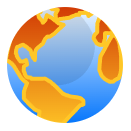
BlueByteSolutions/BlueByte keeps this draw.io diagram as topologies-images/lan.drawio.png. Above is the earlier version. Source tidied: cells renumbered, new cells last; positions are measured from the earlier drawing's top-left corner, leaving out a move shared by most shapes. Its diagram source:
```xml
<mxGraphModel>
  <root>
    <mxCell id="0" />
    <mxCell id="1" parent="0" />
    <mxCell id="2" style="perimeter=ellipsePerimeter;html=1;align=center;shadow=0;dashed=0;spacingTop=3;image;image=img/lib/active_directory/internet_globe.svg;" parent="1" vertex="1">
      <mxGeometry width="130" height="130" as="geometry" />
    </mxCell>
  </root>
</mxGraphModel>
```
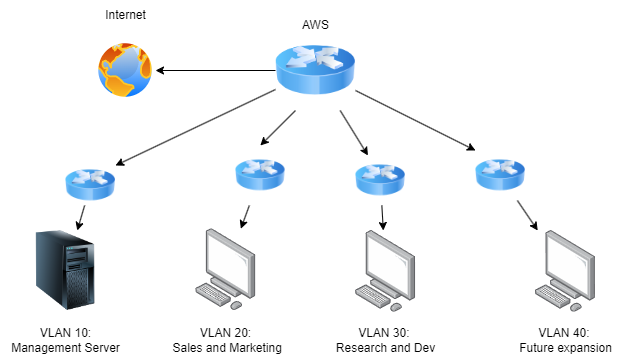
Later version of the same file.

Commit message:
updated to fit what we are thinking to use right now

Change to the diagram source:
```diff
@@ -3,7 +3,79 @@
     <mxCell id="0" />
     <mxCell id="1" parent="0" />
     <mxCell id="2" style="perimeter=ellipsePerimeter;html=1;align=center;shadow=0;dashed=0;spacingTop=3;image;image=img/lib/active_directory/internet_globe.svg;" parent="1" vertex="1">
-      <mxGeometry width="130" height="130" as="geometry" />
+      <mxGeometry width="60" height="60" as="geometry" />
     </mxCell>
+    <mxCell id="3" style="edgeStyle=none;html=1;" parent="1" edge="1" source="8" target="2">
+      <mxGeometry relative="1" as="geometry" />
+    </mxCell>
+    <mxCell id="4" style="edgeStyle=none;html=1;entryX=1;entryY=0;entryDx=0;entryDy=0;" parent="1" edge="1" source="8" target="10">
+      <mxGeometry relative="1" as="geometry" />
+    </mxCell>
+    <mxCell id="5" style="edgeStyle=none;html=1;entryX=0.5;entryY=0;entryDx=0;entryDy=0;exitX=0.25;exitY=1;exitDx=0;exitDy=0;" parent="1" edge="1" source="8" target="25">
+      <mxGeometry relative="1" as="geometry" />
+    </mxCell>
+    <mxCell id="6" style="edgeStyle=none;html=1;entryX=0.25;entryY=0;entryDx=0;entryDy=0;" parent="1" edge="1" source="8" target="23">
+      <mxGeometry relative="1" as="geometry" />
+    </mxCell>
+    <mxCell id="7" style="edgeStyle=none;html=1;entryX=0;entryY=0;entryDx=0;entryDy=0;" parent="1" edge="1" source="8" target="21">
+      <mxGeometry relative="1" as="geometry" />
+    </mxCell>
+    <mxCell id="8" style="image;html=1;image=img/lib/clip_art/networking/Router_Icon_128x128.png;" parent="1" vertex="1">
+      <mxGeometry x="180" y="-10" width="80" height="80" as="geometry" />
+    </mxCell>
+    <mxCell id="9" style="edgeStyle=none;html=1;" parent="1" edge="1" source="10" target="14">
+      <mxGeometry relative="1" as="geometry" />
+    </mxCell>
+    <mxCell id="10" style="image;html=1;image=img/lib/clip_art/networking/Router_Icon_128x128.png;" parent="1" vertex="1">
+      <mxGeometry x="-30" y="125" width="50" height="40" as="geometry" />
+    </mxCell>
+    <mxCell id="11" style="points=[];html=1;align=center;shadow=0;dashed=0;image;image=img/lib/allied_telesis/computer_and_terminals/Personal_Computer.svg;" parent="1" vertex="1">
+      <mxGeometry x="439.8" y="190" width="60.4" height="81.8" as="geometry" />
+    </mxCell>
+    <mxCell id="12" style="points=[];html=1;align=center;shadow=0;dashed=0;image;image=img/lib/allied_telesis/computer_and_terminals/Personal_Computer.svg;" parent="1" vertex="1">
+      <mxGeometry x="100.2" y="188.2" width="60.4" height="81.8" as="geometry" />
+    </mxCell>
+    <mxCell id="13" style="points=[];html=1;align=center;shadow=0;dashed=0;image;image=img/lib/allied_telesis/computer_and_terminals/Personal_Computer.svg;" parent="1" vertex="1">
+      <mxGeometry x="260" y="190" width="60.4" height="81.8" as="geometry" />
+    </mxCell>
+    <mxCell id="14" style="image;html=1;image=img/lib/clip_art/computers/Server_Tower_128x128.png;" parent="1" vertex="1">
+      <mxGeometry x="-70" y="190" width="80" height="80" as="geometry" />
+    </mxCell>
+    <mxCell id="15" value="Internet" style="text;html=1;align=center;verticalAlign=middle;strokeColor=none;fillColor=none;" parent="1" vertex="1">
+      <mxGeometry y="-40" width="60" height="30" as="geometry" />
+    </mxCell>
+    <mxCell id="16" value="VLAN 10:&lt;br&gt;Management Server" style="text;html=1;align=center;verticalAlign=middle;strokeColor=none;fillColor=none;" parent="1" vertex="1">
+      <mxGeometry x="-95" y="280" width="130" height="40" as="geometry" />
+    </mxCell>
+    <mxCell id="17" value="VLAN 20:&lt;br&gt;&amp;nbsp;Sales and Marketing" style="text;html=1;align=center;verticalAlign=middle;strokeColor=none;fillColor=none;" parent="1" vertex="1">
+      <mxGeometry x="60.4" y="280" width="140" height="40" as="geometry" />
+    </mxCell>
+    <mxCell id="18" value="VLAN 30:&amp;nbsp;&lt;br&gt;Research and Dev" style="text;html=1;align=center;verticalAlign=middle;strokeColor=none;fillColor=none;" parent="1" vertex="1">
+      <mxGeometry x="230.2" y="280" width="120" height="40" as="geometry" />
+    </mxCell>
+    <mxCell id="19" value="VLAN 40:&amp;nbsp;&lt;br&gt;Future expansion" style="text;html=1;align=center;verticalAlign=middle;strokeColor=none;fillColor=none;" parent="1" vertex="1">
+      <mxGeometry x="410" y="280" width="120" height="40" as="geometry" />
+    </mxCell>
+    <mxCell id="20" style="edgeStyle=none;html=1;" parent="1" edge="1" source="21" target="11">
+      <mxGeometry relative="1" as="geometry" />
+    </mxCell>
+    <mxCell id="21" style="image;html=1;image=img/lib/clip_art/networking/Router_Icon_128x128.png;" parent="1" vertex="1">
+      <mxGeometry x="380" y="110" width="49.8" height="50" as="geometry" />
+    </mxCell>
+    <mxCell id="22" style="edgeStyle=none;html=1;" parent="1" edge="1" source="23" target="13">
+      <mxGeometry relative="1" as="geometry" />
+    </mxCell>
+    <mxCell id="23" style="image;html=1;image=img/lib/clip_art/networking/Router_Icon_128x128.png;" parent="1" vertex="1">
+      <mxGeometry x="260" y="115" width="49.8" height="50" as="geometry" />
+    </mxCell>
+    <mxCell id="24" style="edgeStyle=none;html=1;" parent="1" edge="1" source="25" target="12">
+      <mxGeometry relative="1" as="geometry" />
+    </mxCell>
+    <mxCell id="25" style="image;html=1;image=img/lib/clip_art/networking/Router_Icon_128x128.png;" parent="1" vertex="1">
+      <mxGeometry x="140" y="105" width="49.6" height="60" as="geometry" />
+    </mxCell>
+    <mxCell id="26" value="AWS" style="text;html=1;align=center;verticalAlign=middle;strokeColor=none;fillColor=none;" parent="1" vertex="1">
+      <mxGeometry x="195" y="-30" width="50" height="30" as="geometry" />
+    </mxCell>
   </root>
 </mxGraphModel>
```
